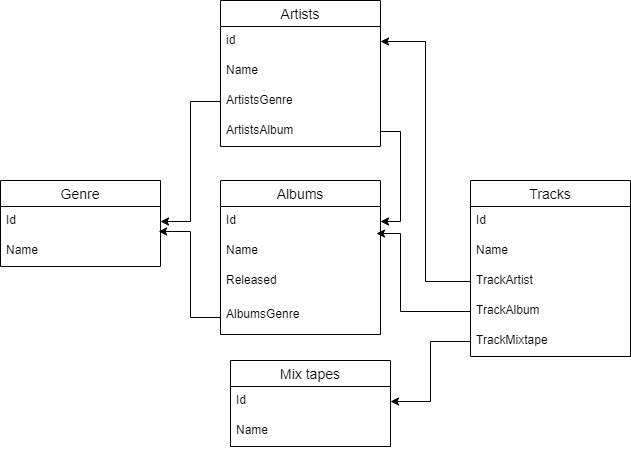
alextuchak/postgres_task3 keeps this draw.io diagram as task3_scheme.png. Above is the earlier version. Source tidied: cells renumbered, new cells last; positions are measured from the earlier drawing's top-left corner, leaving out a move shared by most shapes. The source it was exported from:
```xml
<mxGraphModel>
  <root>
    <mxCell id="0" />
    <mxCell id="1" parent="0" />
    <mxCell id="2" value="Genre" style="swimlane;fontStyle=0;horizontal=1;startSize=26;align=center;fontSize=14;" parent="1" vertex="1">
      <mxGeometry y="180" width="160" height="86" as="geometry" />
    </mxCell>
    <mxCell id="3" value="Id" style="text;strokeColor=none;fillColor=none;spacingLeft=4;spacingRight=4;overflow=hidden;points=[[0,0.5],[1,0.5]];portConstraint=eastwest;fontSize=12;" parent="2" vertex="1">
      <mxGeometry y="26" width="160" height="30" as="geometry" />
    </mxCell>
    <mxCell id="4" value="Name" style="text;strokeColor=none;fillColor=none;spacingLeft=4;spacingRight=4;overflow=hidden;points=[[0,0.5],[1,0.5]];portConstraint=eastwest;fontSize=12;" parent="2" vertex="1">
      <mxGeometry y="56" width="160" height="30" as="geometry" />
    </mxCell>
    <mxCell id="5" value="Tracks" style="swimlane;fontStyle=0;horizontal=1;startSize=26;align=center;fontSize=14;" parent="1" vertex="1">
      <mxGeometry x="470" y="180" width="160" height="176" as="geometry" />
    </mxCell>
    <mxCell id="6" value="Id" style="text;strokeColor=none;fillColor=none;spacingLeft=4;spacingRight=4;overflow=hidden;fontSize=12;" parent="5" vertex="1">
      <mxGeometry y="26" width="160" height="30" as="geometry" />
    </mxCell>
    <mxCell id="7" value="Name&#10;" style="text;strokeColor=none;fillColor=none;spacingLeft=4;spacingRight=4;overflow=hidden;fontSize=12;" parent="5" vertex="1">
      <mxGeometry y="56" width="160" height="30" as="geometry" />
    </mxCell>
    <mxCell id="8" value="TrackArtist" style="text;strokeColor=none;fillColor=none;spacingLeft=4;spacingRight=4;overflow=hidden;points=[[0,0.5],[1,0.5]];portConstraint=eastwest;fontSize=12;" parent="5" vertex="1">
      <mxGeometry y="86" width="160" height="30" as="geometry" />
    </mxCell>
    <mxCell id="9" value="TrackAlbum" style="text;strokeColor=none;fillColor=none;spacingLeft=4;spacingRight=4;overflow=hidden;points=[[0,0.5],[1,0.5]];portConstraint=eastwest;fontSize=12;" parent="5" vertex="1">
      <mxGeometry y="116" width="160" height="30" as="geometry" />
    </mxCell>
    <mxCell id="10" value="TrackMixtape" style="text;strokeColor=none;fillColor=none;spacingLeft=4;spacingRight=4;overflow=hidden;points=[[0,0.5],[1,0.5]];portConstraint=eastwest;fontSize=12;" parent="5" vertex="1">
      <mxGeometry y="146" width="160" height="30" as="geometry" />
    </mxCell>
    <mxCell id="11" value="Mix tapes" style="swimlane;fontStyle=0;horizontal=1;startSize=26;align=center;fontSize=14;" parent="1" vertex="1">
      <mxGeometry x="230" y="360" width="160" height="86" as="geometry" />
    </mxCell>
    <mxCell id="12" value="Id" style="text;strokeColor=none;fillColor=none;spacingLeft=4;spacingRight=4;overflow=hidden;points=[[0,0.5],[1,0.5]];portConstraint=eastwest;fontSize=12;" parent="11" vertex="1">
      <mxGeometry y="26" width="160" height="30" as="geometry" />
    </mxCell>
    <mxCell id="13" value="Name" style="text;strokeColor=none;fillColor=none;spacingLeft=4;spacingRight=4;overflow=hidden;fontSize=12;" parent="11" vertex="1">
      <mxGeometry y="56" width="160" height="30" as="geometry" />
    </mxCell>
    <mxCell id="14" value="Albums" style="swimlane;fontStyle=0;horizontal=1;startSize=26;align=center;fontSize=14;" parent="1" vertex="1">
      <mxGeometry x="220" y="180" width="160" height="154" as="geometry" />
    </mxCell>
    <mxCell id="15" value="Id" style="text;strokeColor=none;fillColor=none;spacingLeft=4;spacingRight=4;overflow=hidden;points=[[0,0.5],[1,0.5]];portConstraint=eastwest;fontSize=12;" parent="14" vertex="1">
      <mxGeometry y="26" width="160" height="30" as="geometry" />
    </mxCell>
    <mxCell id="16" value="Name" style="text;strokeColor=none;fillColor=none;spacingLeft=4;spacingRight=4;overflow=hidden;points=[[0,0.5],[1,0.5]];portConstraint=eastwest;fontSize=12;" parent="14" vertex="1">
      <mxGeometry y="56" width="160" height="30" as="geometry" />
    </mxCell>
    <mxCell id="17" value="Released" style="text;strokeColor=none;fillColor=none;spacingLeft=4;spacingRight=4;overflow=hidden;fontSize=12;" parent="14" vertex="1">
      <mxGeometry y="86" width="160" height="34" as="geometry" />
    </mxCell>
    <mxCell id="18" value="AlbumsGenre" style="text;strokeColor=none;fillColor=none;spacingLeft=4;spacingRight=4;overflow=hidden;points=[[0,0.5],[1,0.5]];portConstraint=eastwest;fontSize=12;" parent="14" vertex="1">
      <mxGeometry y="120" width="160" height="34" as="geometry" />
    </mxCell>
    <mxCell id="19" value="Artists" style="swimlane;fontStyle=0;horizontal=1;startSize=26;align=center;fontSize=14;" parent="1" vertex="1">
      <mxGeometry x="220" width="160" height="146" as="geometry" />
    </mxCell>
    <mxCell id="20" value="id" style="text;strokeColor=none;fillColor=none;spacingLeft=4;spacingRight=4;overflow=hidden;points=[[0,0.5],[1,0.5]];portConstraint=eastwest;fontSize=12;" parent="19" vertex="1">
      <mxGeometry y="26" width="160" height="30" as="geometry" />
    </mxCell>
    <mxCell id="21" value="Name" style="text;strokeColor=none;fillColor=none;spacingLeft=4;spacingRight=4;overflow=hidden;fontSize=12;" parent="19" vertex="1">
      <mxGeometry y="56" width="160" height="30" as="geometry" />
    </mxCell>
    <mxCell id="22" value="ArtistsGenre" style="text;strokeColor=none;fillColor=none;spacingLeft=4;spacingRight=4;overflow=hidden;points=[[0,0.5],[1,0.5]];portConstraint=eastwest;fontSize=12;" parent="19" vertex="1">
      <mxGeometry y="86" width="160" height="30" as="geometry" />
    </mxCell>
    <mxCell id="23" value="ArtistsAlbum" style="text;strokeColor=none;fillColor=none;spacingLeft=4;spacingRight=4;overflow=hidden;points=[[0,0.5],[1,0.5]];portConstraint=eastwest;fontSize=12;" parent="19" vertex="1">
      <mxGeometry y="116" width="160" height="30" as="geometry" />
    </mxCell>
    <mxCell id="24" style="edgeStyle=orthogonalEdgeStyle;rounded=0;jettySize=auto;html=1;entryX=1;entryY=0.5;entryDx=0;entryDy=0;" parent="1" edge="1" source="22" target="3">
      <mxGeometry relative="1" as="geometry" />
    </mxCell>
    <mxCell id="25" style="edgeStyle=orthogonalEdgeStyle;rounded=0;jettySize=auto;html=1;entryX=0.988;entryY=-0.167;entryDx=0;entryDy=0;entryPerimeter=0;" parent="1" edge="1" source="18" target="4">
      <mxGeometry relative="1" as="geometry" />
    </mxCell>
    <mxCell id="26" style="edgeStyle=orthogonalEdgeStyle;rounded=0;jettySize=auto;html=1;entryX=1;entryY=0.5;entryDx=0;entryDy=0;" parent="1" edge="1" source="10" target="12">
      <mxGeometry relative="1" as="geometry" />
    </mxCell>
    <mxCell id="27" style="edgeStyle=orthogonalEdgeStyle;rounded=0;jettySize=auto;html=1;entryX=1;entryY=0.5;entryDx=0;entryDy=0;" parent="1" edge="1" source="8" target="20">
      <mxGeometry relative="1" as="geometry" />
    </mxCell>
    <mxCell id="28" style="edgeStyle=orthogonalEdgeStyle;rounded=0;jettySize=auto;html=1;entryX=0.975;entryY=-0.1;entryDx=0;entryDy=0;entryPerimeter=0;" parent="1" edge="1" source="9" target="16">
      <mxGeometry relative="1" as="geometry">
        <Array as="points">
          <mxPoint x="400" y="311" />
          <mxPoint x="400" y="233" />
        </Array>
      </mxGeometry>
    </mxCell>
    <mxCell id="29" style="edgeStyle=orthogonalEdgeStyle;rounded=0;jettySize=auto;html=1;exitX=1;exitY=0.5;exitDx=0;exitDy=0;entryX=1;entryY=0.5;entryDx=0;entryDy=0;" parent="1" edge="1" source="23" target="15">
      <mxGeometry relative="1" as="geometry" />
    </mxCell>
  </root>
</mxGraphModel>
```
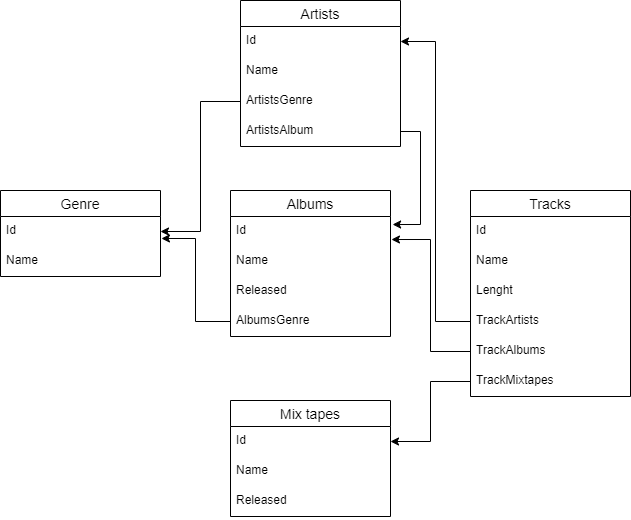
After the commit.

The edit, as a diff of the source:
```diff
@@ -11,8 +11,38 @@
     <mxCell id="4" value="Name" style="text;strokeColor=none;fillColor=none;spacingLeft=4;spacingRight=4;overflow=hidden;points=[[0,0.5],[1,0.5]];portConstraint=eastwest;fontSize=12;" parent="2" vertex="1">
       <mxGeometry y="56" width="160" height="30" as="geometry" />
     </mxCell>
+    <mxCell id="14" value="Albums" style="swimlane;fontStyle=0;horizontal=1;startSize=26;align=center;fontSize=14;" parent="1" vertex="1">
+      <mxGeometry x="230" y="180" width="160" height="146" as="geometry" />
+    </mxCell>
+    <mxCell id="30" value="Id" style="text;strokeColor=none;fillColor=none;spacingLeft=4;spacingRight=4;overflow=hidden;points=[[0,0.5],[1,0.5]];portConstraint=eastwest;fontSize=12;" parent="14" vertex="1">
+      <mxGeometry y="26" width="160" height="30" as="geometry" />
+    </mxCell>
+    <mxCell id="31" value="Name&#10;" style="text;strokeColor=none;fillColor=none;spacingLeft=4;spacingRight=4;overflow=hidden;fontSize=12;" parent="14" vertex="1">
+      <mxGeometry y="56" width="160" height="30" as="geometry" />
+    </mxCell>
+    <mxCell id="32" value="Released" style="text;strokeColor=none;fillColor=none;spacingLeft=4;spacingRight=4;overflow=hidden;fontSize=12;" parent="14" vertex="1">
+      <mxGeometry y="86" width="160" height="30" as="geometry" />
+    </mxCell>
+    <mxCell id="18" value="AlbumsGenre" style="text;strokeColor=none;fillColor=none;spacingLeft=4;spacingRight=4;overflow=hidden;points=[[0,0.5],[1,0.5]];portConstraint=eastwest;fontSize=12;" parent="14" vertex="1">
+      <mxGeometry y="116" width="160" height="30" as="geometry" />
+    </mxCell>
+    <mxCell id="19" value="Artists" style="swimlane;fontStyle=0;horizontal=1;startSize=26;align=center;fontSize=14;" parent="1" vertex="1">
+      <mxGeometry x="240" y="-10" width="160" height="146" as="geometry" />
+    </mxCell>
+    <mxCell id="33" value="Id" style="text;strokeColor=none;fillColor=none;spacingLeft=4;spacingRight=4;overflow=hidden;points=[[0,0.5],[1,0.5]];portConstraint=eastwest;fontSize=12;" parent="19" vertex="1">
+      <mxGeometry y="26" width="160" height="30" as="geometry" />
+    </mxCell>
+    <mxCell id="34" value="Name" style="text;strokeColor=none;fillColor=none;spacingLeft=4;spacingRight=4;overflow=hidden;fontSize=12;" parent="19" vertex="1">
+      <mxGeometry y="56" width="160" height="30" as="geometry" />
+    </mxCell>
+    <mxCell id="22" value="ArtistsGenre" style="text;strokeColor=none;fillColor=none;spacingLeft=4;spacingRight=4;overflow=hidden;points=[[0,0.5],[1,0.5]];portConstraint=eastwest;fontSize=12;" parent="19" vertex="1">
+      <mxGeometry y="86" width="160" height="30" as="geometry" />
+    </mxCell>
+    <mxCell id="23" value="ArtistsAlbum" style="text;strokeColor=none;fillColor=none;spacingLeft=4;spacingRight=4;overflow=hidden;points=[[0,0.5],[1,0.5]];portConstraint=eastwest;fontSize=12;" parent="19" vertex="1">
+      <mxGeometry y="116" width="160" height="30" as="geometry" />
+    </mxCell>
     <mxCell id="5" value="Tracks" style="swimlane;fontStyle=0;horizontal=1;startSize=26;align=center;fontSize=14;" parent="1" vertex="1">
-      <mxGeometry x="470" y="180" width="160" height="176" as="geometry" />
+      <mxGeometry x="470" y="180" width="160" height="206" as="geometry" />
     </mxCell>
     <mxCell id="6" value="Id" style="text;strokeColor=none;fillColor=none;spacingLeft=4;spacingRight=4;overflow=hidden;fontSize=12;" parent="5" vertex="1">
       <mxGeometry y="26" width="160" height="30" as="geometry" />
@@ -20,17 +50,20 @@
     <mxCell id="7" value="Name&#10;" style="text;strokeColor=none;fillColor=none;spacingLeft=4;spacingRight=4;overflow=hidden;fontSize=12;" parent="5" vertex="1">
       <mxGeometry y="56" width="160" height="30" as="geometry" />
     </mxCell>
-    <mxCell id="8" value="TrackArtist" style="text;strokeColor=none;fillColor=none;spacingLeft=4;spacingRight=4;overflow=hidden;points=[[0,0.5],[1,0.5]];portConstraint=eastwest;fontSize=12;" parent="5" vertex="1">
+    <mxCell id="8" value="Lenght" style="text;strokeColor=none;fillColor=none;spacingLeft=4;spacingRight=4;overflow=hidden;points=[[0,0.5],[1,0.5]];portConstraint=eastwest;fontSize=12;" parent="5" vertex="1">
       <mxGeometry y="86" width="160" height="30" as="geometry" />
     </mxCell>
-    <mxCell id="9" value="TrackAlbum" style="text;strokeColor=none;fillColor=none;spacingLeft=4;spacingRight=4;overflow=hidden;points=[[0,0.5],[1,0.5]];portConstraint=eastwest;fontSize=12;" parent="5" vertex="1">
-      <mxGeometry y="116" width="160" height="30" as="geometry" />
-    </mxCell>
-    <mxCell id="10" value="TrackMixtape" style="text;strokeColor=none;fillColor=none;spacingLeft=4;spacingRight=4;overflow=hidden;points=[[0,0.5],[1,0.5]];portConstraint=eastwest;fontSize=12;" parent="5" vertex="1">
-      <mxGeometry y="146" width="160" height="30" as="geometry" />
-    </mxCell>
+    <mxCell id="35" value="TrackArtists" style="text;strokeColor=none;fillColor=none;spacingLeft=4;spacingRight=4;overflow=hidden;points=[[0,0.5],[1,0.5]];portConstraint=eastwest;fontSize=12;" parent="5" vertex="1">
+      <mxGeometry y="116" width="160" height="30" as="geometry" />
+    </mxCell>
+    <mxCell id="36" value="TrackAlbums" style="text;strokeColor=none;fillColor=none;spacingLeft=4;spacingRight=4;overflow=hidden;points=[[0,0.5],[1,0.5]];portConstraint=eastwest;fontSize=12;" parent="5" vertex="1">
+      <mxGeometry y="146" width="160" height="30" as="geometry" />
+    </mxCell>
+    <mxCell id="37" value="TrackMixtapes" style="text;strokeColor=none;fillColor=none;spacingLeft=4;spacingRight=4;overflow=hidden;points=[[0,0.5],[1,0.5]];portConstraint=eastwest;fontSize=12;" parent="5" vertex="1">
+      <mxGeometry y="176" width="160" height="30" as="geometry" />
+    </mxCell>
     <mxCell id="11" value="Mix tapes" style="swimlane;fontStyle=0;horizontal=1;startSize=26;align=center;fontSize=14;" parent="1" vertex="1">
-      <mxGeometry x="230" y="360" width="160" height="86" as="geometry" />
+      <mxGeometry x="230" y="390" width="160" height="116" as="geometry" />
     </mxCell>
     <mxCell id="12" value="Id" style="text;strokeColor=none;fillColor=none;spacingLeft=4;spacingRight=4;overflow=hidden;points=[[0,0.5],[1,0.5]];portConstraint=eastwest;fontSize=12;" parent="11" vertex="1">
       <mxGeometry y="26" width="160" height="30" as="geometry" />
@@ -38,58 +71,26 @@
     <mxCell id="13" value="Name" style="text;strokeColor=none;fillColor=none;spacingLeft=4;spacingRight=4;overflow=hidden;fontSize=12;" parent="11" vertex="1">
       <mxGeometry y="56" width="160" height="30" as="geometry" />
     </mxCell>
-    <mxCell id="14" value="Albums" style="swimlane;fontStyle=0;horizontal=1;startSize=26;align=center;fontSize=14;" parent="1" vertex="1">
-      <mxGeometry x="220" y="180" width="160" height="154" as="geometry" />
-    </mxCell>
-    <mxCell id="15" value="Id" style="text;strokeColor=none;fillColor=none;spacingLeft=4;spacingRight=4;overflow=hidden;points=[[0,0.5],[1,0.5]];portConstraint=eastwest;fontSize=12;" parent="14" vertex="1">
-      <mxGeometry y="26" width="160" height="30" as="geometry" />
-    </mxCell>
-    <mxCell id="16" value="Name" style="text;strokeColor=none;fillColor=none;spacingLeft=4;spacingRight=4;overflow=hidden;points=[[0,0.5],[1,0.5]];portConstraint=eastwest;fontSize=12;" parent="14" vertex="1">
-      <mxGeometry y="56" width="160" height="30" as="geometry" />
-    </mxCell>
-    <mxCell id="17" value="Released" style="text;strokeColor=none;fillColor=none;spacingLeft=4;spacingRight=4;overflow=hidden;fontSize=12;" parent="14" vertex="1">
-      <mxGeometry y="86" width="160" height="34" as="geometry" />
-    </mxCell>
-    <mxCell id="18" value="AlbumsGenre" style="text;strokeColor=none;fillColor=none;spacingLeft=4;spacingRight=4;overflow=hidden;points=[[0,0.5],[1,0.5]];portConstraint=eastwest;fontSize=12;" parent="14" vertex="1">
-      <mxGeometry y="120" width="160" height="34" as="geometry" />
-    </mxCell>
-    <mxCell id="19" value="Artists" style="swimlane;fontStyle=0;horizontal=1;startSize=26;align=center;fontSize=14;" parent="1" vertex="1">
-      <mxGeometry x="220" width="160" height="146" as="geometry" />
-    </mxCell>
-    <mxCell id="20" value="id" style="text;strokeColor=none;fillColor=none;spacingLeft=4;spacingRight=4;overflow=hidden;points=[[0,0.5],[1,0.5]];portConstraint=eastwest;fontSize=12;" parent="19" vertex="1">
-      <mxGeometry y="26" width="160" height="30" as="geometry" />
-    </mxCell>
-    <mxCell id="21" value="Name" style="text;strokeColor=none;fillColor=none;spacingLeft=4;spacingRight=4;overflow=hidden;fontSize=12;" parent="19" vertex="1">
-      <mxGeometry y="56" width="160" height="30" as="geometry" />
-    </mxCell>
-    <mxCell id="22" value="ArtistsGenre" style="text;strokeColor=none;fillColor=none;spacingLeft=4;spacingRight=4;overflow=hidden;points=[[0,0.5],[1,0.5]];portConstraint=eastwest;fontSize=12;" parent="19" vertex="1">
-      <mxGeometry y="86" width="160" height="30" as="geometry" />
-    </mxCell>
-    <mxCell id="23" value="ArtistsAlbum" style="text;strokeColor=none;fillColor=none;spacingLeft=4;spacingRight=4;overflow=hidden;points=[[0,0.5],[1,0.5]];portConstraint=eastwest;fontSize=12;" parent="19" vertex="1">
-      <mxGeometry y="116" width="160" height="30" as="geometry" />
-    </mxCell>
+    <mxCell id="38" value="Released" style="text;strokeColor=none;fillColor=none;spacingLeft=4;spacingRight=4;overflow=hidden;fontSize=12;" parent="11" vertex="1">
+      <mxGeometry y="86" width="160" height="30" as="geometry" />
+    </mxCell>
+    <mxCell id="39" style="edgeStyle=orthogonalEdgeStyle;rounded=0;jettySize=auto;html=1;entryX=1;entryY=0.5;entryDx=0;entryDy=0;" parent="1" edge="1" source="37" target="12">
+      <mxGeometry relative="1" as="geometry" />
+    </mxCell>
+    <mxCell id="40" style="edgeStyle=orthogonalEdgeStyle;rounded=0;jettySize=auto;html=1;entryX=1;entryY=0.5;entryDx=0;entryDy=0;" parent="1" edge="1" source="35" target="33">
+      <mxGeometry relative="1" as="geometry" />
+    </mxCell>
+    <mxCell id="41" style="edgeStyle=orthogonalEdgeStyle;rounded=0;jettySize=auto;html=1;exitX=1;exitY=0.5;exitDx=0;exitDy=0;entryX=1.013;entryY=0.267;entryDx=0;entryDy=0;entryPerimeter=0;" parent="1" edge="1" source="23" target="30">
+      <mxGeometry relative="1" as="geometry" />
+    </mxCell>
+    <mxCell id="42" style="edgeStyle=orthogonalEdgeStyle;rounded=0;jettySize=auto;html=1;entryX=1.006;entryY=0.767;entryDx=0;entryDy=0;entryPerimeter=0;" parent="1" edge="1" source="36" target="30">
+      <mxGeometry relative="1" as="geometry" />
+    </mxCell>
     <mxCell id="24" style="edgeStyle=orthogonalEdgeStyle;rounded=0;jettySize=auto;html=1;entryX=1;entryY=0.5;entryDx=0;entryDy=0;" parent="1" edge="1" source="22" target="3">
       <mxGeometry relative="1" as="geometry" />
     </mxCell>
-    <mxCell id="25" style="edgeStyle=orthogonalEdgeStyle;rounded=0;jettySize=auto;html=1;entryX=0.988;entryY=-0.167;entryDx=0;entryDy=0;entryPerimeter=0;" parent="1" edge="1" source="18" target="4">
-      <mxGeometry relative="1" as="geometry" />
-    </mxCell>
-    <mxCell id="26" style="edgeStyle=orthogonalEdgeStyle;rounded=0;jettySize=auto;html=1;entryX=1;entryY=0.5;entryDx=0;entryDy=0;" parent="1" edge="1" source="10" target="12">
-      <mxGeometry relative="1" as="geometry" />
-    </mxCell>
-    <mxCell id="27" style="edgeStyle=orthogonalEdgeStyle;rounded=0;jettySize=auto;html=1;entryX=1;entryY=0.5;entryDx=0;entryDy=0;" parent="1" edge="1" source="8" target="20">
-      <mxGeometry relative="1" as="geometry" />
-    </mxCell>
-    <mxCell id="28" style="edgeStyle=orthogonalEdgeStyle;rounded=0;jettySize=auto;html=1;entryX=0.975;entryY=-0.1;entryDx=0;entryDy=0;entryPerimeter=0;" parent="1" edge="1" source="9" target="16">
-      <mxGeometry relative="1" as="geometry">
-        <Array as="points">
-          <mxPoint x="400" y="311" />
-          <mxPoint x="400" y="233" />
-        </Array>
-      </mxGeometry>
-    </mxCell>
-    <mxCell id="29" style="edgeStyle=orthogonalEdgeStyle;rounded=0;jettySize=auto;html=1;exitX=1;exitY=0.5;exitDx=0;exitDy=0;entryX=1;entryY=0.5;entryDx=0;entryDy=0;" parent="1" edge="1" source="23" target="15">
-      <mxGeometry relative="1" as="geometry" />
-    </mxCell>
+    <mxCell id="43" style="edgeStyle=orthogonalEdgeStyle;rounded=0;jettySize=auto;html=1;entryX=1.006;entryY=0.733;entryDx=0;entryDy=0;entryPerimeter=0;" parent="1" edge="1" source="18" target="3">
+      <mxGeometry relative="1" as="geometry" />
+    </mxCell>
   </root>
 </mxGraphModel>
```
